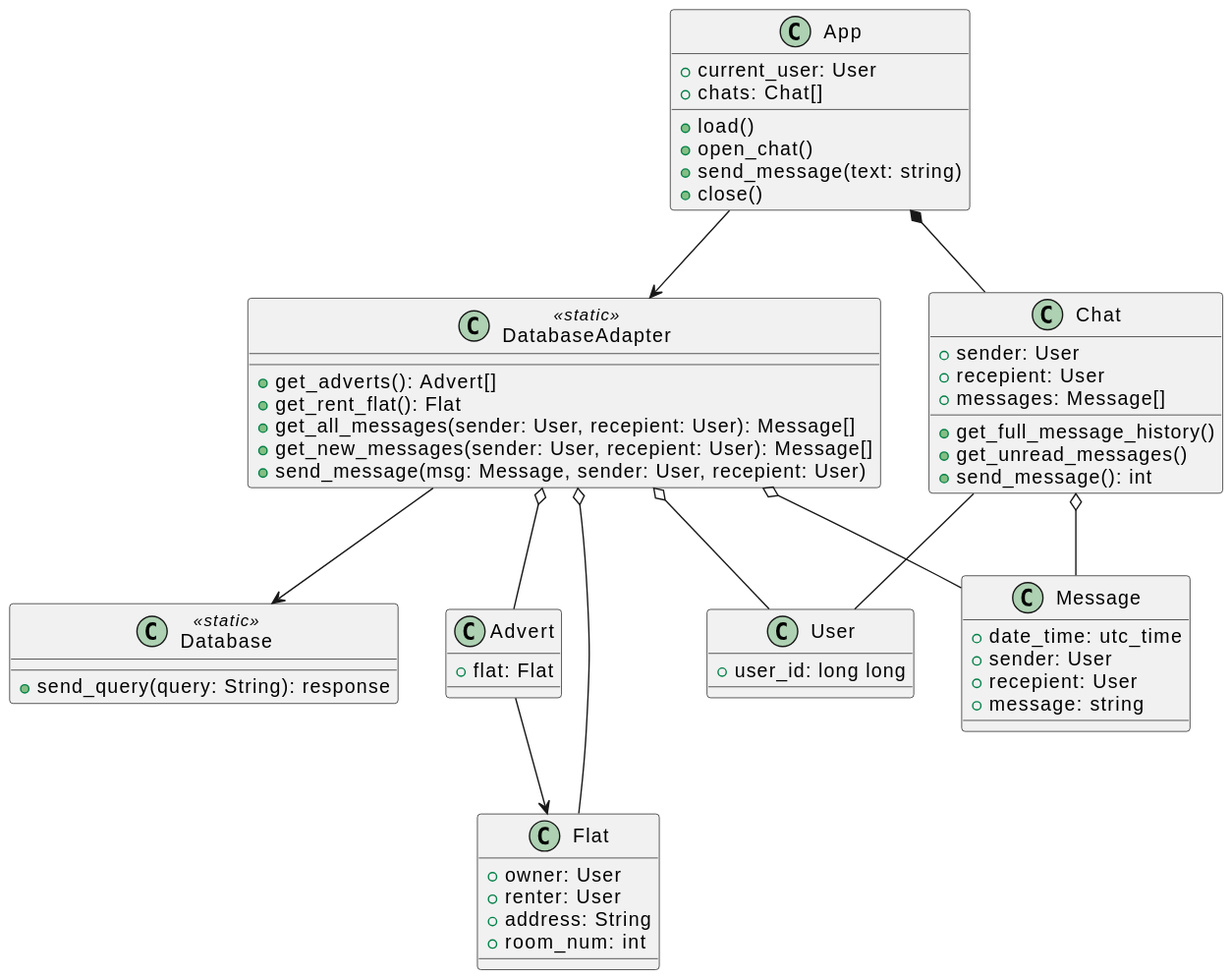
This is assets/plantuml/class_diagram.svg from penamarth/bsbo-13-22_team1_var8, a PlantUML export, as it was before one commit. Source of this version:
```plantuml
@startuml
class App {
+current_user: User
+chats: Chat[]
+load()
+open_chat()
+send_message(text: string)
+close()
}

class DatabaseAdapter <<static>> {
+get_adverts(): Advert[]
+get_rent_flat(): Flat
+get_all_messages(sender: User, recepient: User): Message[]
+get_new_messages(sender: User, recepient: User): Message[]
+send_message(msg: Message, sender: User, recepient: User)
}

class Database <<static>> {
+send_query(query: String): response
}

class Advert {
+flat: Flat
}

class Flat {
+owner: User
+renter: User
+address: String
+room_num: int
}

class Chat {
+sender: User
+recepient: User
+messages: Message[]
+get_full_message_history()
+get_unread_messages()
+send_message(): int
}

class Message {
+date_time: utc_time
+sender: User
+recepient: User
+message: string
}

class User {
+user_id: long long
}

App *-- Chat
App --> DatabaseAdapter

Chat -- User
Chat o-- Message

DatabaseAdapter o-- Advert
DatabaseAdapter o-- Flat
DatabaseAdapter o-- User
DatabaseAdapter o-- Message

DatabaseAdapter --> Database

Advert --> Flat
@enduml
```
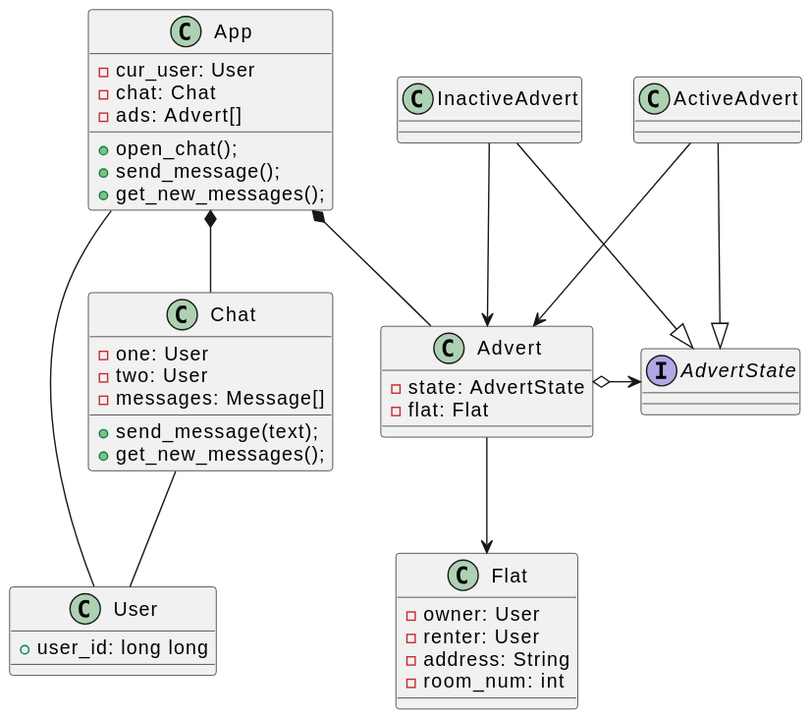
The same file after the commit.

Commit message:
update use_case and class diagrams and add code

Diff of the diagram source:
```diff
@@ -1,68 +1,54 @@
 @startuml
 class App {
-+current_user: User
-+chats: Chat[]
-+load()
-+open_chat()
-+send_message(text: string)
-+close()
+-cur_user: User
+-chat: Chat
+-ads: Advert[]
++open_chat();
++send_message();
++get_new_messages();
 }
 
-class DatabaseAdapter <<static>> {
-+get_adverts(): Advert[]
-+get_rent_flat(): Flat
-+get_all_messages(sender: User, recepient: User): Message[]
-+get_new_messages(sender: User, recepient: User): Message[]
-+send_message(msg: Message, sender: User, recepient: User)
+interface AdvertState {}
+
+class ActiveAdvert {}
+
+class InactiveAdvert {}
+
+class Advert {
+-state: AdvertState
+-flat: Flat
 }
 
-class Database <<static>> {
-+send_query(query: String): response
-}
-
-class Advert {
-+flat: Flat
-}
+Advert o-> AdvertState
+ActiveAdvert --> Advert
+InactiveAdvert --> Advert
+ActiveAdvert --|> AdvertState
+InactiveAdvert --|> AdvertState
 
 class Flat {
-+owner: User
-+renter: User
-+address: String
-+room_num: int
+-owner: User
+-renter: User
+-address: String
+-room_num: int
 }
 
 class Chat {
-+sender: User
-+recepient: User
-+messages: Message[]
-+get_full_message_history()
-+get_unread_messages()
-+send_message(): int
-}
-
-class Message {
-+date_time: utc_time
-+sender: User
-+recepient: User
-+message: string
+-one: User
+-two: User
+-messages: Message[]
++send_message(text);
++get_new_messages();
 }
 
 class User {
 +user_id: long long
 }
 
+App *-- Advert
 App *-- Chat
-App --> DatabaseAdapter
+App -- User
 
 Chat -- User
-Chat o-- Message
-
-DatabaseAdapter o-- Advert
-DatabaseAdapter o-- Flat
-DatabaseAdapter o-- User
-DatabaseAdapter o-- Message
-
-DatabaseAdapter --> Database
 
 Advert --> Flat
 @enduml
```
